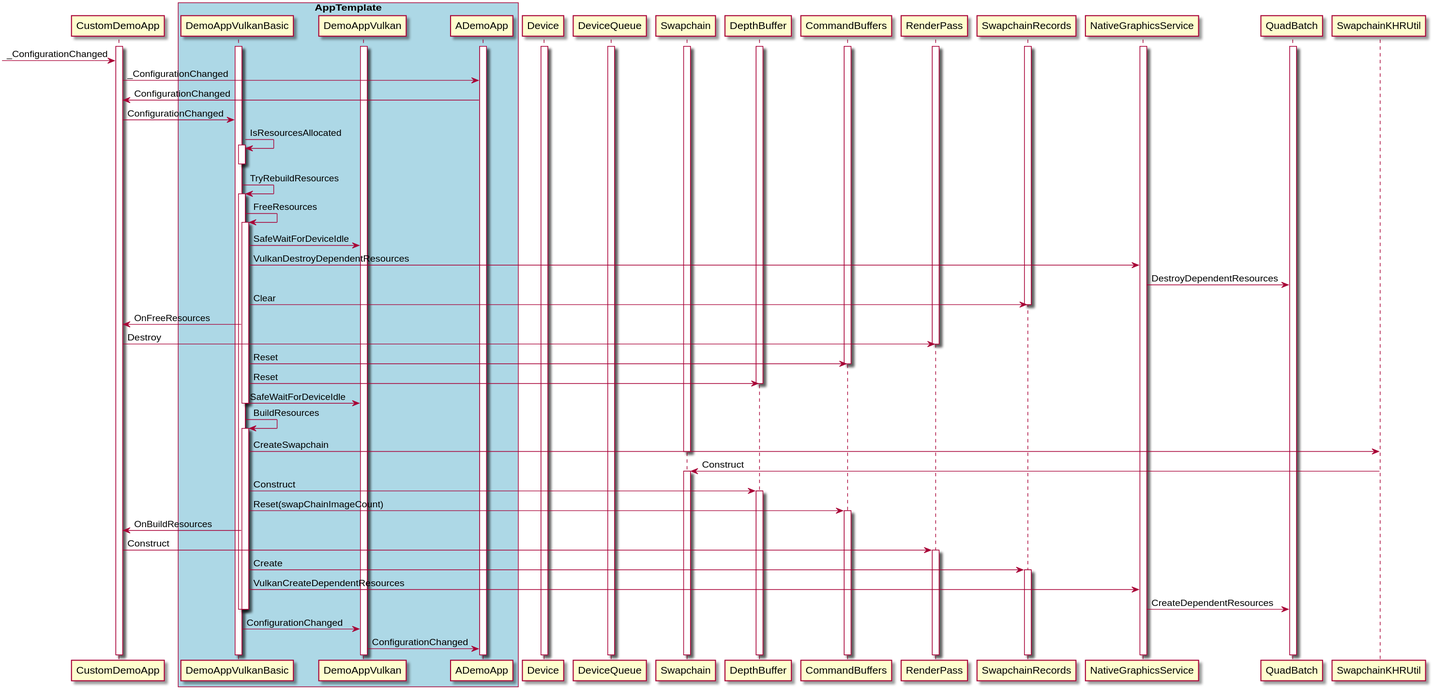
nxp-imx/gtec-demo-framework keeps this PlantUML diagram as Doc/Vulkan/Images/DemoAppVulkanBasic_Flow_Resize.svg. Above is the earlier version.
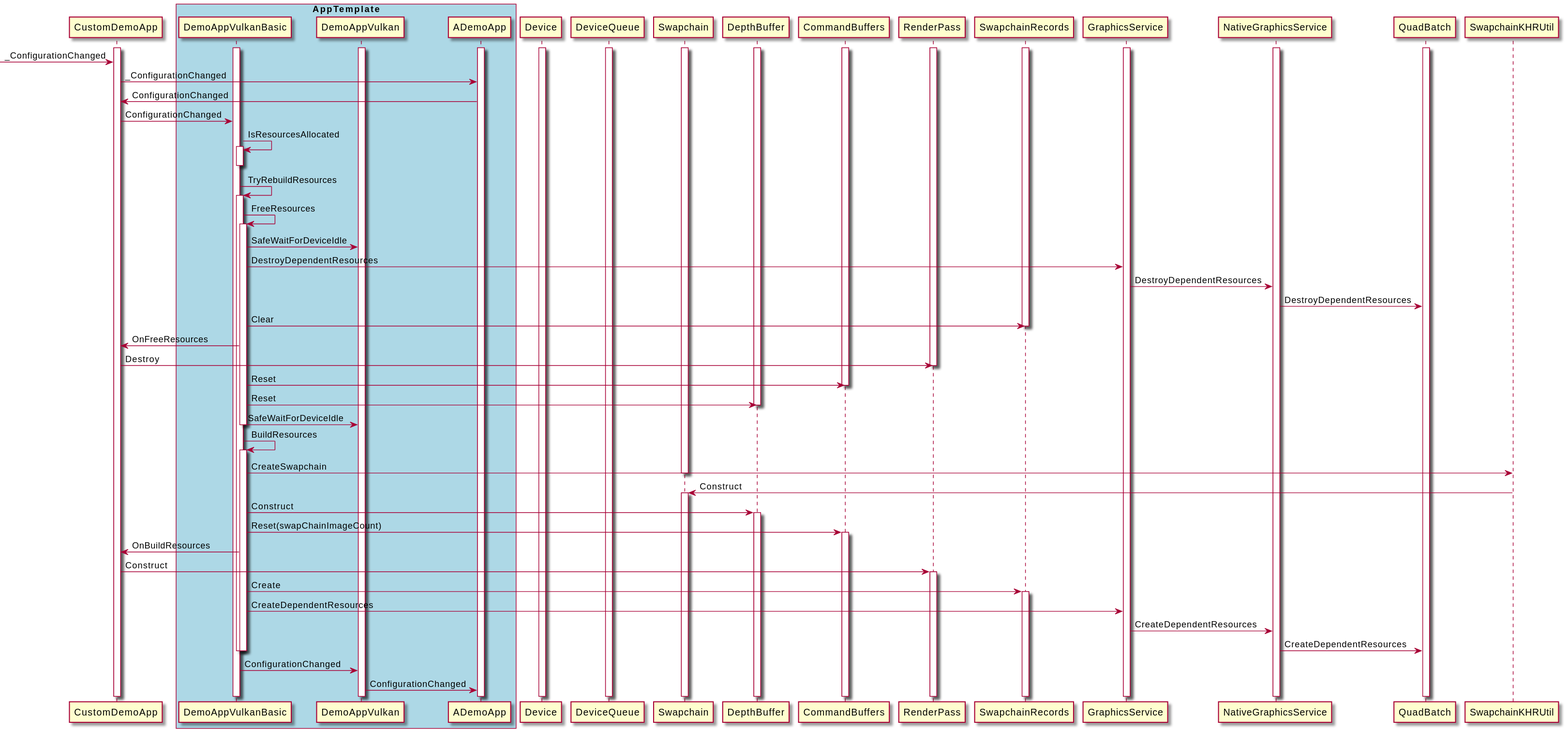
The same diagram one commit later.

Change to the diagram source:
```diff
@@ -17,6 +17,7 @@
 activate CommandBuffers
 activate RenderPass
 activate SwapchainRecords
+activate GraphicsService
 activate NativeGraphicsService
 activate QuadBatch
 
@@ -29,7 +30,8 @@
 DemoAppVulkanBasic->DemoAppVulkanBasic++: TryRebuildResources
 DemoAppVulkanBasic->DemoAppVulkanBasic++: FreeResources
 DemoAppVulkanBasic->DemoAppVulkan: SafeWaitForDeviceIdle
-DemoAppVulkanBasic->NativeGraphicsService: VulkanDestroyDependentResources
+DemoAppVulkanBasic->GraphicsService: DestroyDependentResources
+GraphicsService->NativeGraphicsService: DestroyDependentResources
 NativeGraphicsService->QuadBatch: DestroyDependentResources
 DemoAppVulkanBasic->SwapchainRecords: Clear
 deactivate SwapchainRecords
@@ -51,7 +53,8 @@
 DemoAppVulkanBasic->CustomDemoApp: OnBuildResources
 CustomDemoApp->RenderPass++: Construct
 DemoAppVulkanBasic->SwapchainRecords++: Create
-DemoAppVulkanBasic->NativeGraphicsService: VulkanCreateDependentResources
+DemoAppVulkanBasic->GraphicsService: CreateDependentResources
+GraphicsService->NativeGraphicsService: CreateDependentResources
 NativeGraphicsService->QuadBatch: CreateDependentResources
 deactivate DemoAppVulkanBasic
 deactivate DemoAppVulkanBasic
```
